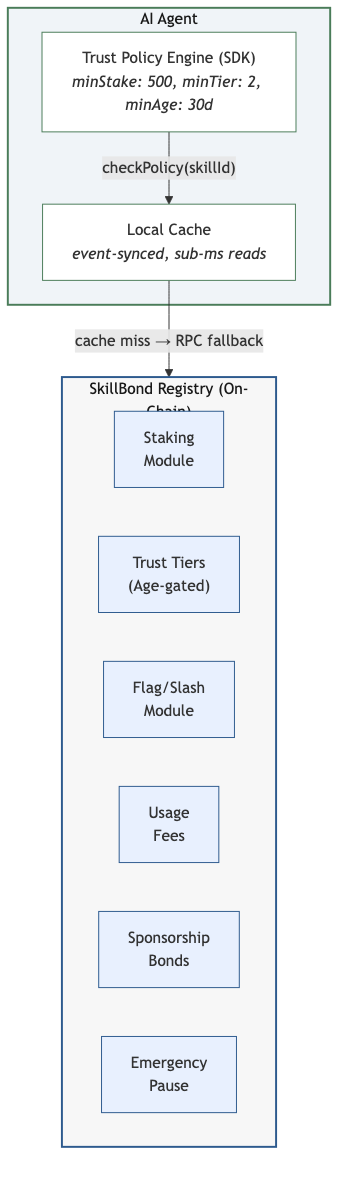
Before: paper/figures/architecture.png, a diagram exported from Mermaid (sattip/skillbond-protocol). Its source is kept beside it as paper/figures/architecture.mmd.
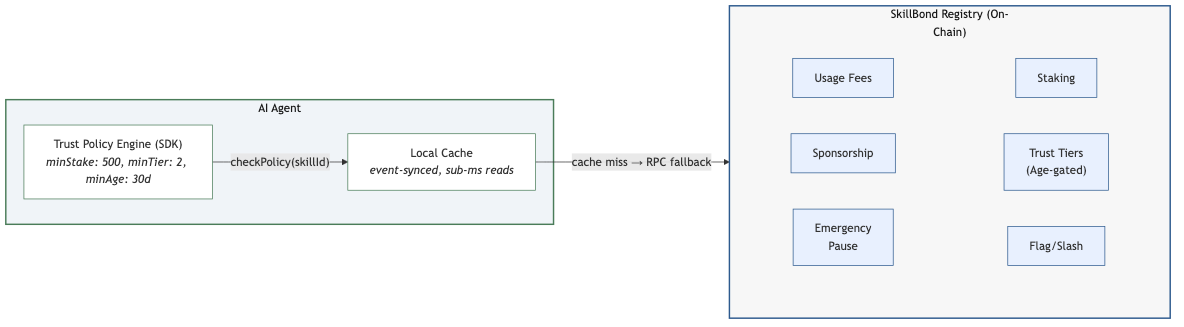
Above is the later version.

Commit message:
Fix architecture diagram cropping — switch to horizontal layout

What changed in the source:
```diff
@@ -1,17 +1,25 @@
-graph TB
+graph LR
     subgraph agent["AI Agent"]
+        direction TB
         policy["Trust Policy Engine (SDK)<br/><i>minStake: 500, minTier: 2, minAge: 30d</i>"]
         cache["Local Cache<br/><i>event-synced, sub-ms reads</i>"]
         policy -->|"checkPolicy(skillId)"| cache
     end
 
     subgraph registry["SkillBond Registry (On-Chain)"]
-        staking["Staking<br/>Module"]
-        tiers["Trust Tiers<br/>(Age-gated)"]
-        flagslash["Flag/Slash<br/>Module"]
-        fees["Usage<br/>Fees"]
-        sponsor["Sponsorship<br/>Bonds"]
-        pause["Emergency<br/>Pause"]
+        direction TB
+        subgraph row1[" "]
+            direction LR
+            staking["Staking"]
+            tiers["Trust Tiers<br/>(Age-gated)"]
+            flagslash["Flag/Slash"]
+        end
+        subgraph row2[" "]
+            direction LR
+            fees["Usage Fees"]
+            sponsor["Sponsorship"]
+            pause["Emergency<br/>Pause"]
+        end
     end
 
     cache -->|"cache miss → RPC fallback"| registry
@@ -26,3 +34,5 @@
     style fees fill:#e8f0fe,stroke:#2d5a8e,stroke-width:1px
     style sponsor fill:#e8f0fe,stroke:#2d5a8e,stroke-width:1px
     style pause fill:#e8f0fe,stroke:#2d5a8e,stroke-width:1px
+    style row1 fill:none,stroke:none
+    style row2 fill:none,stroke:none
```
